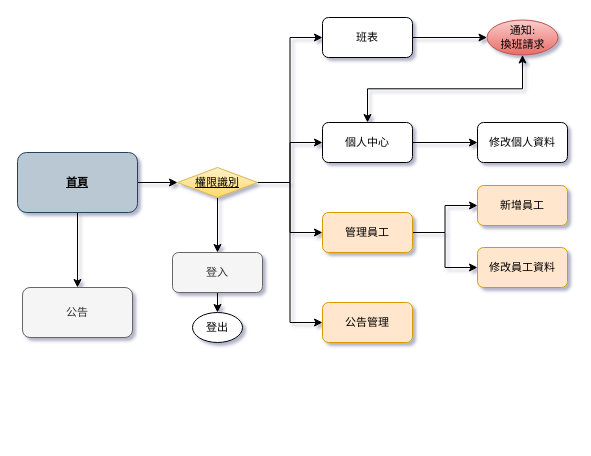
This is project_Outline.drawio from ZuHoliang/java-project, a draw.io file, before an edit. Source tidied: cells renumbered, new cells numbered last; positions are measured from the earlier drawing's top-left corner, leaving out a move shared by most shapes. Both pictures are drawn from the tidied source at 100%, with x=0, y=0 at pixel (17, 17).
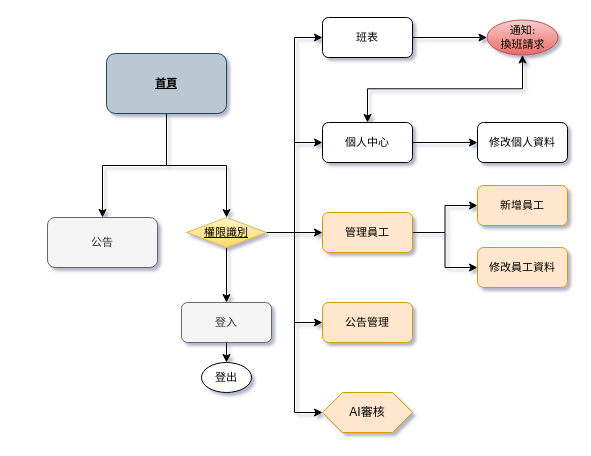
Above is the later version.

Diff of the diagram source:
```diff
@@
+    <mxCell id="3" style="edgeStyle=orthogonalEdgeStyle;rounded=0;jettySize=auto;html=1;exitX=0.5;exitY=1;exitDx=0;exitDy=0;entryX=0.5;entryY=0;entryDx=0;entryDy=0;" parent="1" edge="1" source="4" target="14">
+      <mxGeometry relative="1" as="geometry" />
+    </mxCell>
-    <mxCell id="2" style="edgeStyle=orthogonalEdgeStyle;rounded=0;jettySize=auto;html=1;exitX=0.5;exitY=1;exitDx=0;exitDy=0;fontSize=11;fontFamily=Verdana;" parent="1" edge="1" source="4" target="5">
+    <mxCell id="2" style="edgeStyle=orthogonalEdgeStyle;rounded=0;jettySize=auto;html=1;exitX=0.5;exitY=1;exitDx=0;exitDy=0;entryX=0.5;entryY=0;entryDx=0;entryDy=0;" parent="1" edge="1" source="4" target="5">
       <mxGeometry relative="1" as="geometry" />
     </mxCell>
-    <mxCell id="3" style="edgeStyle=orthogonalEdgeStyle;rounded=0;jettySize=auto;html=1;exitX=1;exitY=0.5;exitDx=0;exitDy=0;entryX=0;entryY=0.5;entryDx=0;entryDy=0;fontSize=11;fontFamily=Verdana;" parent="1" edge="1" source="4" target="14">
-      <mxGeometry relative="1" as="geometry" />
-    </mxCell>
     <mxCell id="4" value="&lt;u&gt;&lt;b&gt;首頁&lt;/b&gt;&lt;/u&gt;" style="rounded=1;whiteSpace=wrap;html=1;fontSize=11;fontFamily=Verdana;fillColor=#bac8d3;strokeColor=#23445d;" parent="1" vertex="1">
-      <mxGeometry y="135" width="120" height="60" as="geometry" />
+      <mxGeometry x="89" y="36" width="120" height="60" as="geometry" />
     </mxCell>
     <mxCell id="5" value="公告" style="rounded=1;whiteSpace=wrap;html=1;fontSize=11;fontFamily=Verdana;fillColor=#f5f5f5;fontColor=#333333;strokeColor=#666666;" parent="1" vertex="1">
-      <mxGeometry x="5" y="270" width="110" height="50" as="geometry" />
+      <mxGeometry x="30" y="200" width="110" height="50" as="geometry" />
     </mxCell>
@@
     <mxCell id="7" value="登入" style="rounded=1;whiteSpace=wrap;html=1;fontSize=11;fontFamily=Verdana;fillColor=#f5f5f5;fontColor=#333333;strokeColor=#666666;" parent="1" vertex="1">
-      <mxGeometry x="155" y="235" width="90" height="40" as="geometry" />
+      <mxGeometry x="164" y="285" width="90" height="40" as="geometry" />
     </mxCell>
     <mxCell id="8" value="登出" style="ellipse;whiteSpace=wrap;html=1;fontSize=11;fontFamily=Verdana;" parent="1" vertex="1">
-      <mxGeometry x="175" y="295" width="50" height="30" as="geometry" />
+      <mxGeometry x="184" y="345" width="50" height="30" as="geometry" />
     </mxCell>
@@
+    <mxCell id="28" style="edgeStyle=orthogonalEdgeStyle;rounded=0;jettySize=auto;html=1;exitX=1;exitY=0.5;exitDx=0;exitDy=0;entryX=0;entryY=0.5;entryDx=0;entryDy=0;" parent="1" edge="1" source="14" target="29">
+      <mxGeometry relative="1" as="geometry" />
+    </mxCell>
     <mxCell id="14" value="權限識別" style="rhombus;whiteSpace=wrap;html=1;fontSize=11;fontFamily=Verdana;fontStyle=4;fillColor=#fff2cc;strokeColor=#d6b656;gradientColor=#ffd966;" parent="1" vertex="1">
-      <mxGeometry x="160" y="150" width="80" height="30" as="geometry" />
+      <mxGeometry x="169" y="200" width="80" height="30" as="geometry" />
     </mxCell>
@@
+    <mxCell id="29" value="AI審核" style="shape=hexagon;perimeter=hexagonPerimeter2;whiteSpace=wrap;html=1;fixedSize=1;fillColor=#ffe6cc;strokeColor=#d79b00;" parent="1" vertex="1">
+      <mxGeometry x="305" y="375" width="90" height="40" as="geometry" />
+    </mxCell>
```
